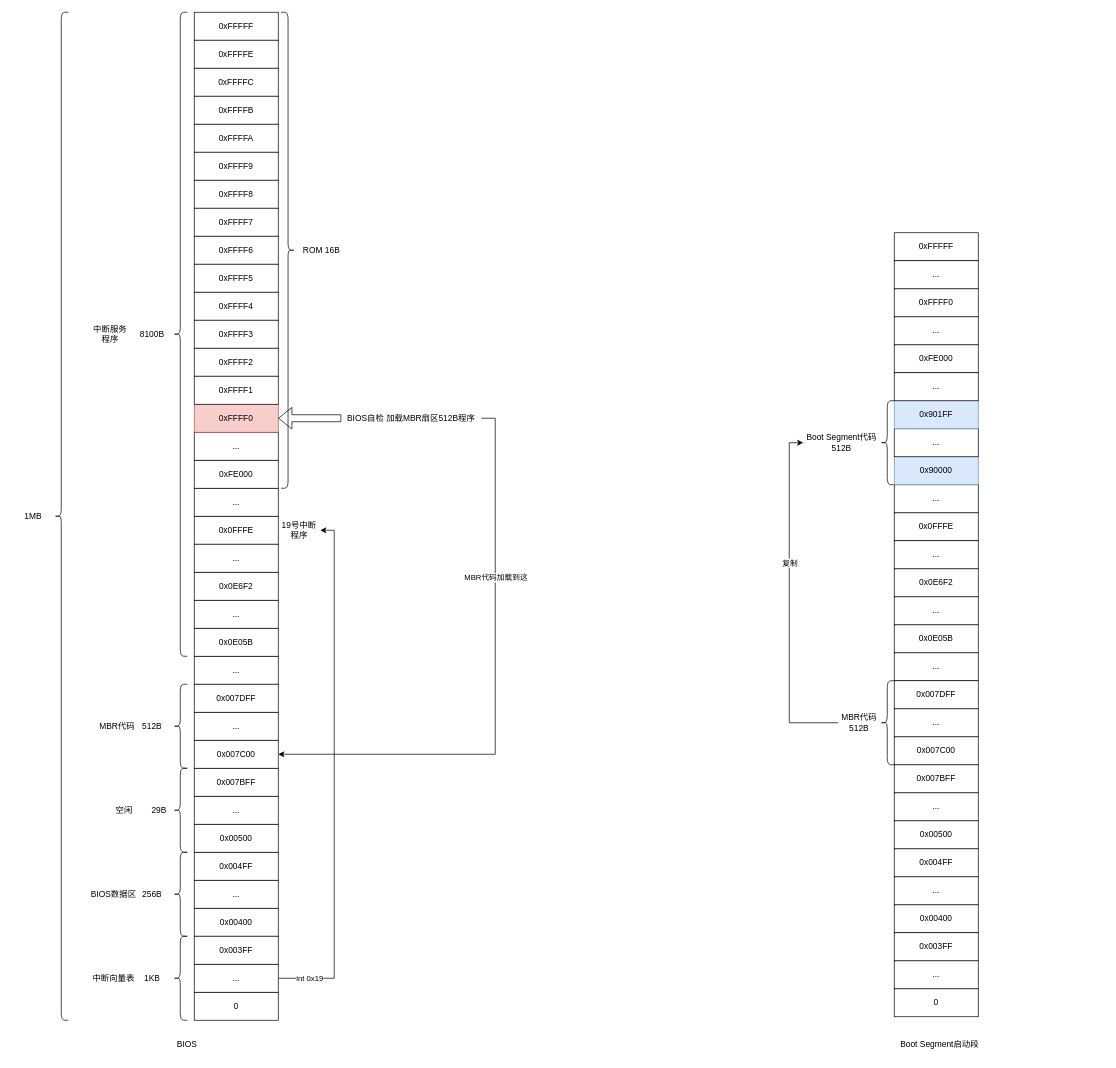
Bannirui/Bannirui.github.io keeps this draw.io diagram as my_docs/linux/sys_mem.drawio. Above is the earlier version. Source tidied: cells renumbered, new cells numbered last; positions are measured from the earlier drawing's top-left corner, leaving out a move shared by most shapes. Both pictures are drawn from the tidied source at 70%, with x=0, y=0 at pixel (12, 12).
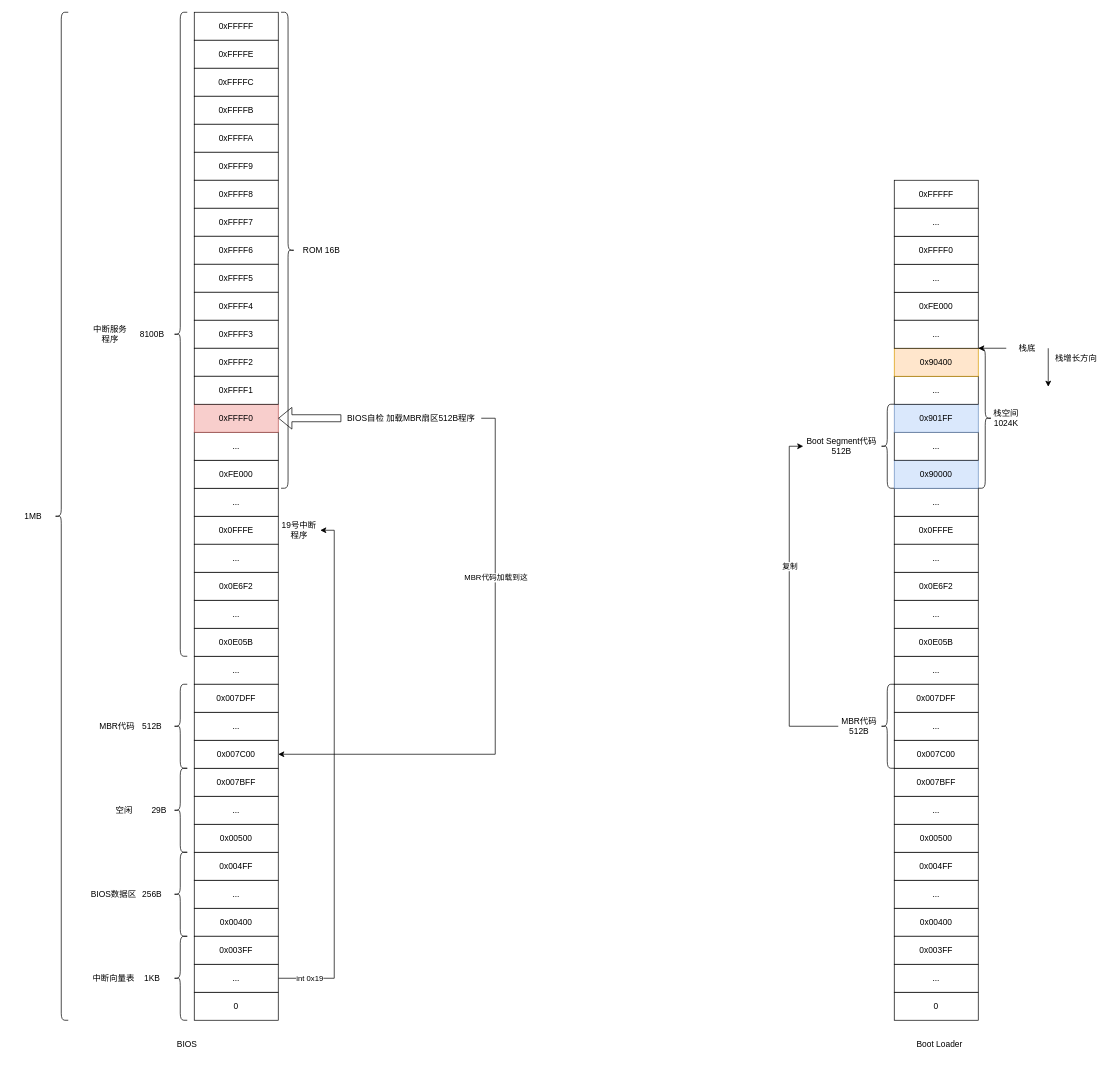
The same diagram, later.

The edit, as a diff of the source:
```diff
@@
     <mxCell id="65" value="0x00400" style="rounded=0;whiteSpace=wrap;html=1;" parent="1" vertex="1">
-      <mxGeometry x="1260" y="1275" width="120" height="40" as="geometry" />
+      <mxGeometry x="1260" y="1280" width="120" height="40" as="geometry" />
     </mxCell>
     <mxCell id="66" value="..." style="rounded=0;whiteSpace=wrap;html=1;" parent="1" vertex="1">
-      <mxGeometry x="1260" y="1235" width="120" height="40" as="geometry" />
+      <mxGeometry x="1260" y="1240" width="120" height="40" as="geometry" />
     </mxCell>
     <mxCell id="67" value="0x004FF" style="rounded=0;whiteSpace=wrap;html=1;" parent="1" vertex="1">
-      <mxGeometry x="1260" y="1195" width="120" height="40" as="geometry" />
+      <mxGeometry x="1260" y="1200" width="120" height="40" as="geometry" />
     </mxCell>
     <mxCell id="68" value="0" style="rounded=0;whiteSpace=wrap;html=1;" parent="1" vertex="1">
-      <mxGeometry x="1260" y="1395" width="120" height="40" as="geometry" />
+      <mxGeometry x="1260" y="1400" width="120" height="40" as="geometry" />
     </mxCell>
     <mxCell id="69" value="..." style="rounded=0;whiteSpace=wrap;html=1;" parent="1" vertex="1">
-      <mxGeometry x="1260" y="1355" width="120" height="40" as="geometry" />
+      <mxGeometry x="1260" y="1360" width="120" height="40" as="geometry" />
     </mxCell>
     <mxCell id="70" value="0x003FF" style="rounded=0;whiteSpace=wrap;html=1;" parent="1" vertex="1">
-      <mxGeometry x="1260" y="1315" width="120" height="40" as="geometry" />
+      <mxGeometry x="1260" y="1320" width="120" height="40" as="geometry" />
     </mxCell>
     <mxCell id="71" value="..." style="rounded=0;whiteSpace=wrap;html=1;" parent="1" vertex="1">
-      <mxGeometry x="1260" y="915" width="120" height="40" as="geometry" />
+      <mxGeometry x="1260" y="920" width="120" height="40" as="geometry" />
     </mxCell>
     <mxCell id="72" value="0x0E05B" style="rounded=0;whiteSpace=wrap;html=1;" parent="1" vertex="1">
-      <mxGeometry x="1260" y="875" width="120" height="40" as="geometry" />
+      <mxGeometry x="1260" y="880" width="120" height="40" as="geometry" />
     </mxCell>
     <mxCell id="73" value="0x0FFFE" style="rounded=0;whiteSpace=wrap;html=1;" parent="1" vertex="1">
-      <mxGeometry x="1260" y="715" width="120" height="40" as="geometry" />
+      <mxGeometry x="1260" y="720" width="120" height="40" as="geometry" />
     </mxCell>
     <mxCell id="74" value="..." style="rounded=0;whiteSpace=wrap;html=1;" parent="1" vertex="1">
-      <mxGeometry x="1260" y="835" width="120" height="40" as="geometry" />
+      <mxGeometry x="1260" y="840" width="120" height="40" as="geometry" />
     </mxCell>
     <mxCell id="75" value="..." style="rounded=0;whiteSpace=wrap;html=1;" parent="1" vertex="1">
-      <mxGeometry x="1260" y="675" width="120" height="40" as="geometry" />
+      <mxGeometry x="1260" y="680" width="120" height="40" as="geometry" />
     </mxCell>
-    <mxCell id="76" value="Boot Segment启动段" style="text;html=1;align=center;verticalAlign=middle;whiteSpace=wrap;rounded=0;" parent="1" vertex="1">
+    <mxCell id="76" value="Boot Loader" style="text;html=1;align=center;verticalAlign=middle;whiteSpace=wrap;rounded=0;" parent="1" vertex="1">
       <mxGeometry x="1180" y="1460" width="290" height="30" as="geometry" />
     </mxCell>
     <mxCell id="77" value="0x0E6F2" style="rounded=0;whiteSpace=wrap;html=1;" parent="1" vertex="1">
-      <mxGeometry x="1260" y="795" width="120" height="40" as="geometry" />
+      <mxGeometry x="1260" y="800" width="120" height="40" as="geometry" />
     </mxCell>
     <mxCell id="78" value="..." style="rounded=0;whiteSpace=wrap;html=1;" parent="1" vertex="1">
-      <mxGeometry x="1260" y="755" width="120" height="40" as="geometry" />
+      <mxGeometry x="1260" y="760" width="120" height="40" as="geometry" />
     </mxCell>
     <mxCell id="79" value="0xFE000" style="rounded=0;whiteSpace=wrap;html=1;" parent="1" vertex="1">
-      <mxGeometry x="1260" y="475" width="120" height="40" as="geometry" />
+      <mxGeometry x="1260" y="400" width="120" height="40" as="geometry" />
     </mxCell>
     <mxCell id="80" value="..." style="rounded=0;whiteSpace=wrap;html=1;" parent="1" vertex="1">
-      <mxGeometry x="1260" y="435" width="120" height="40" as="geometry" />
+      <mxGeometry x="1260" y="360" width="120" height="40" as="geometry" />
     </mxCell>
     <mxCell id="81" value="0xFFFF0" style="rounded=0;whiteSpace=wrap;html=1;" parent="1" vertex="1">
-      <mxGeometry x="1260" y="395" width="120" height="40" as="geometry" />
+      <mxGeometry x="1260" y="320" width="120" height="40" as="geometry" />
     </mxCell>
     <mxCell id="82" value="0xFFFFF" style="rounded=0;whiteSpace=wrap;html=1;" parent="1" vertex="1">
-      <mxGeometry x="1260" y="315" width="120" height="40" as="geometry" />
+      <mxGeometry x="1260" y="240" width="120" height="40" as="geometry" />
     </mxCell>
     <mxCell id="83" value="..." style="rounded=0;whiteSpace=wrap;html=1;" parent="1" vertex="1">
-      <mxGeometry x="1260" y="355" width="120" height="40" as="geometry" />
+      <mxGeometry x="1260" y="280" width="120" height="40" as="geometry" />
     </mxCell>
     <mxCell id="84" value="0x00500" style="rounded=0;whiteSpace=wrap;html=1;" parent="1" vertex="1">
-      <mxGeometry x="1260" y="1155" width="120" height="40" as="geometry" />
+      <mxGeometry x="1260" y="1160" width="120" height="40" as="geometry" />
     </mxCell>
     <mxCell id="85" value="..." style="rounded=0;whiteSpace=wrap;html=1;" parent="1" vertex="1">
-      <mxGeometry x="1260" y="1115" width="120" height="40" as="geometry" />
+      <mxGeometry x="1260" y="1120" width="120" height="40" as="geometry" />
     </mxCell>
     <mxCell id="86" value="0x007BFF" style="rounded=0;whiteSpace=wrap;html=1;" parent="1" vertex="1">
-      <mxGeometry x="1260" y="1075" width="120" height="40" as="geometry" />
+      <mxGeometry x="1260" y="1080" width="120" height="40" as="geometry" />
     </mxCell>
     <mxCell id="87" value="0x007C00" style="rounded=0;whiteSpace=wrap;html=1;" parent="1" vertex="1">
-      <mxGeometry x="1260" y="1035" width="120" height="40" as="geometry" />
+      <mxGeometry x="1260" y="1040" width="120" height="40" as="geometry" />
     </mxCell>
     <mxCell id="88" value="..." style="rounded=0;whiteSpace=wrap;html=1;" parent="1" vertex="1">
-      <mxGeometry x="1260" y="995" width="120" height="40" as="geometry" />
+      <mxGeometry x="1260" y="1000" width="120" height="40" as="geometry" />
     </mxCell>
     <mxCell id="89" value="0x007DFF" style="rounded=0;whiteSpace=wrap;html=1;" parent="1" vertex="1">
-      <mxGeometry x="1260" y="955" width="120" height="40" as="geometry" />
+      <mxGeometry x="1260" y="960" width="120" height="40" as="geometry" />
     </mxCell>
     <mxCell id="90" style="shape=curlyBracket;whiteSpace=wrap;html=1;rounded=1;labelPosition=left;verticalLabelPosition=middle;align=right;verticalAlign=middle;" parent="1" vertex="1">
-      <mxGeometry x="1240" y="555" width="20" height="120" as="geometry" />
+      <mxGeometry x="1240" y="560" width="20" height="120" as="geometry" />
     </mxCell>
@@
     <mxCell id="93" value="MBR代码 512B" style="text;html=1;align=center;verticalAlign=middle;whiteSpace=wrap;rounded=0;" parent="1" vertex="1">
-      <mxGeometry x="1180" y="1000" width="60" height="30" as="geometry" />
+      <mxGeometry x="1180" y="1005" width="60" height="30" as="geometry" />
     </mxCell>
     <mxCell id="94" value="0x90000" style="rounded=0;whiteSpace=wrap;html=1;fillColor=#dae8fc;strokeColor=#6c8ebf;" parent="1" vertex="1">
-      <mxGeometry x="1260" y="635" width="120" height="40" as="geometry" />
+      <mxGeometry x="1260" y="640" width="120" height="40" as="geometry" />
     </mxCell>
     <mxCell id="95" value="..." style="rounded=0;whiteSpace=wrap;html=1;" parent="1" vertex="1">
-      <mxGeometry x="1260" y="595" width="120" height="40" as="geometry" />
+      <mxGeometry x="1260" y="600" width="120" height="40" as="geometry" />
     </mxCell>
     <mxCell id="96" value="0x901FF" style="rounded=0;whiteSpace=wrap;html=1;fillColor=#dae8fc;strokeColor=#6c8ebf;" parent="1" vertex="1">
-      <mxGeometry x="1260" y="555" width="120" height="40" as="geometry" />
+      <mxGeometry x="1260" y="560" width="120" height="40" as="geometry" />
     </mxCell>
     <mxCell id="97" value="..." style="rounded=0;whiteSpace=wrap;html=1;" parent="1" vertex="1">
-      <mxGeometry x="1260" y="515" width="120" height="40" as="geometry" />
+      <mxGeometry x="1260" y="520" width="120" height="40" as="geometry" />
     </mxCell>
     <mxCell id="98" style="shape=curlyBracket;whiteSpace=wrap;html=1;rounded=1;labelPosition=left;verticalLabelPosition=middle;align=right;verticalAlign=middle;" parent="1" vertex="1">
-      <mxGeometry x="1240" y="955" width="20" height="120" as="geometry" />
+      <mxGeometry x="1240" y="960" width="20" height="120" as="geometry" />
     </mxCell>
     <mxCell id="99" value="Boot Segment代码 512B" style="text;html=1;align=center;verticalAlign=middle;whiteSpace=wrap;rounded=0;" parent="1" vertex="1">
-      <mxGeometry x="1130" y="600" width="110" height="30" as="geometry" />
+      <mxGeometry x="1130" y="605" width="110" height="30" as="geometry" />
     </mxCell>
+    <mxCell id="100" value="0x90400" style="rounded=0;whiteSpace=wrap;html=1;fillColor=#ffe6cc;strokeColor=#d79b00;" parent="1" vertex="1">
+      <mxGeometry x="1260" y="480" width="120" height="40" as="geometry" />
+    </mxCell>
+    <mxCell id="101" value="..." style="rounded=0;whiteSpace=wrap;html=1;" parent="1" vertex="1">
+      <mxGeometry x="1260" y="440" width="120" height="40" as="geometry" />
+    </mxCell>
+    <mxCell id="102" style="endArrow=classic;html=1;rounded=0;entryX=1;entryY=0;entryDx=0;entryDy=0;" parent="1" edge="1" target="100">
+      <mxGeometry relative="1" as="geometry">
+        <mxPoint x="1420" y="480" as="sourcePoint" />
+      </mxGeometry>
+    </mxCell>
+    <mxCell id="103" value="栈底" style="text;html=1;align=center;verticalAlign=middle;whiteSpace=wrap;rounded=0;" parent="1" vertex="1">
+      <mxGeometry x="1420" y="465" width="60" height="30" as="geometry" />
+    </mxCell>
+    <mxCell id="104" style="endArrow=classic;html=1;rounded=0;exitX=1;exitY=0.5;exitDx=0;exitDy=0;" parent="1" edge="1" source="103">
+      <mxGeometry relative="1" as="geometry">
+        <mxPoint x="1480" y="535" as="targetPoint" />
+      </mxGeometry>
+    </mxCell>
+    <mxCell id="105" value="栈增长方向" style="text;html=1;align=center;verticalAlign=middle;whiteSpace=wrap;rounded=0;" parent="1" vertex="1">
+      <mxGeometry x="1480" y="480" width="80" height="30" as="geometry" />
+    </mxCell>
+    <mxCell id="106" style="shape=curlyBracket;whiteSpace=wrap;html=1;rounded=1;flipH=1;labelPosition=right;verticalLabelPosition=middle;align=left;verticalAlign=middle;" parent="1" vertex="1">
+      <mxGeometry x="1380" y="480" width="20" height="200" as="geometry" />
+    </mxCell>
+    <mxCell id="107" value="栈空间 1024K" style="text;html=1;align=center;verticalAlign=middle;whiteSpace=wrap;rounded=0;" parent="1" vertex="1">
+      <mxGeometry x="1390" y="565" width="60" height="30" as="geometry" />
+    </mxCell>
```
